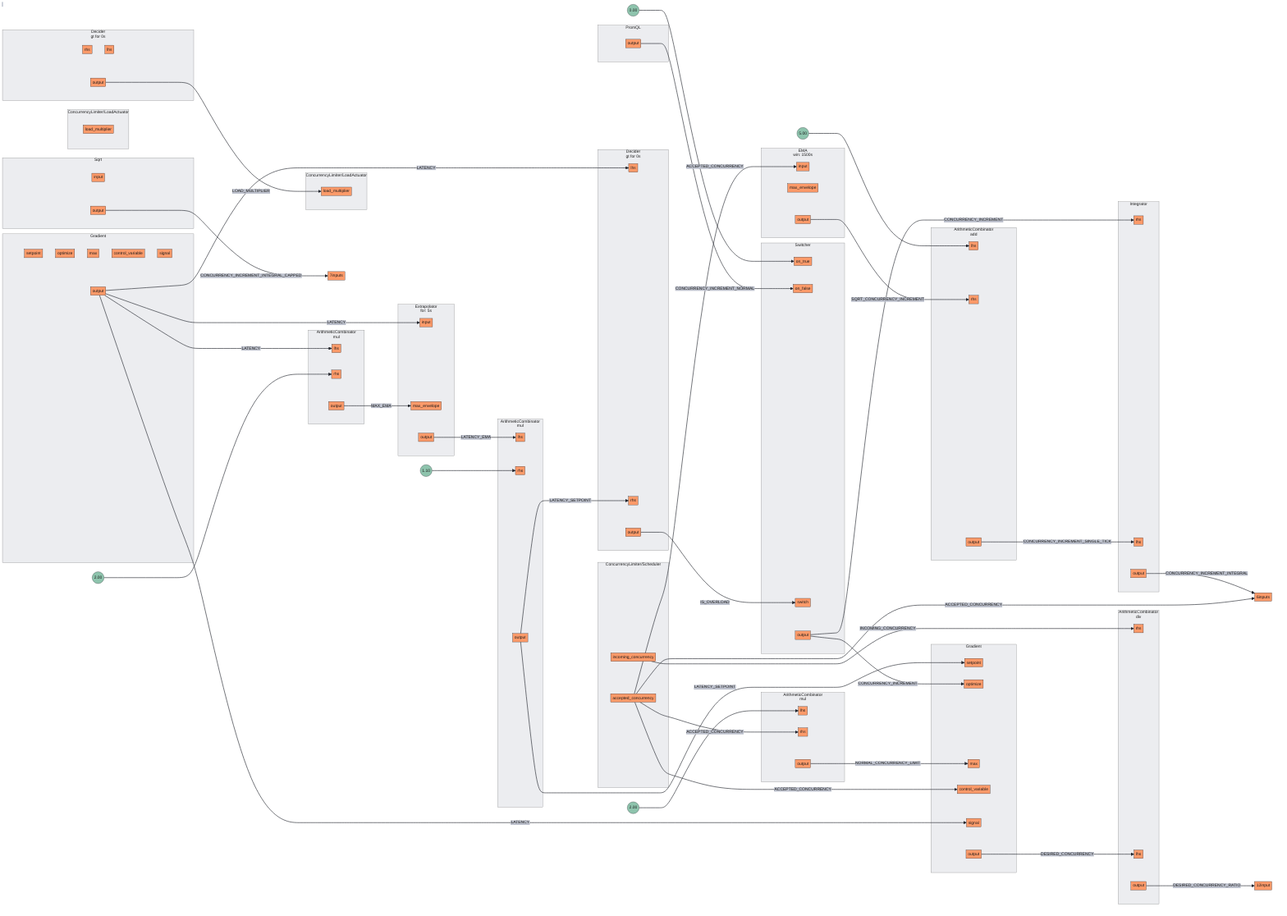
Before: docs/content/tutorials/flow-control/concurrency-limiting/assets/basic-concurrency-limiting/basic-concurrency-limiting.mmd.png, a diagram exported from Mermaid (fluxninja/aperture). Its source is kept beside it as docs/content/tutorials/flow-control/concurrency-limiting/assets/basic-concurrency-limiting/basic-concurrency-limiting.mmd.
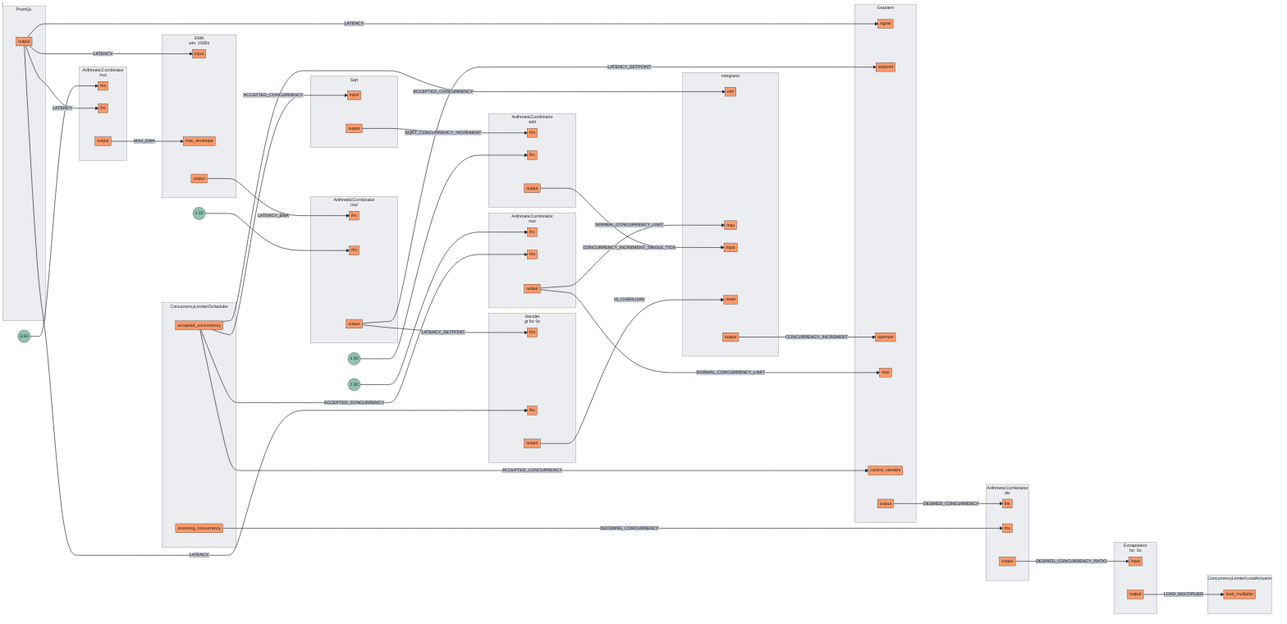
After the change.

The edit, as a diff of the source:
```diff
@@ -2,8 +2,8 @@
 subgraph 0[<center>ArithmeticCombinator<br/>mul</center>]
 subgraph 0_inports[ ]
 style 0_inports fill:none,stroke:none
+0rhs[rhs]
 0lhs[lhs]
-0rhs[rhs]
 end
 subgraph 0_outports[ ]
 style 0_outports fill:none,stroke:none
@@ -28,8 +28,8 @@
 subgraph 2[<center>ArithmeticCombinator<br/>div</center>]
 subgraph 2_inports[ ]
 style 2_inports fill:none,stroke:none
+2lhs[lhs]
 2rhs[rhs]
-2lhs[lhs]
 end
 subgraph 2_outports[ ]
 style 2_outports fill:none,stroke:none
@@ -52,8 +52,8 @@
 subgraph 4[<center>ArithmeticCombinator<br/>add</center>]
 subgraph 4_inports[ ]
 style 4_inports fill:none,stroke:none
+4rhs[rhs]
 4lhs[lhs]
-4rhs[rhs]
 end
 subgraph 4_outports[ ]
 style 4_outports fill:none,stroke:none
@@ -65,8 +65,10 @@
 subgraph 5[Integrator]
 subgraph 5_inports[ ]
 style 5_inports fill:none,stroke:none
-5rhs[rhs]
-5lhs[lhs]
+5min[min]
+5max[max]
+5input[input]
+5reset[reset]
 end
 subgraph 5_outports[ ]
 style 5_outports fill:none,stroke:none
@@ -103,11 +105,11 @@
 subgraph 9[Gradient]
 subgraph 9_inports[ ]
 style 9_inports fill:none,stroke:none
+9signal[signal]
 9setpoint[setpoint]
 9optimize[optimize]
 9max[max]
 9control_variable[control_variable]
-9signal[signal]
 end
 subgraph 9_outports[ ]
 style 9_outports fill:none,stroke:none
@@ -118,25 +120,17 @@
 subgraph 10_inports[ ]
 style 10_inports fill:none,stroke:none
 10input[input]
-10max_envelope[max_envelope]
 end
 subgraph 10_outports[ ]
 style 10_outports fill:none,stroke:none
 10output[output]
 end
 end
-subgraph 11[Gradient]
-subgraph 11_inports[ ]
-style 11_inports fill:none,stroke:none
-11setpoint[setpoint]
-11optimize[optimize]
-11max[max]
-11control_variable[control_variable]
-11signal[signal]
-end
-subgraph 11_outports[ ]
-style 11_outports fill:none,stroke:none
-11output[output]
+subgraph 11.Scheduler[ConcurrencyLimiter/Scheduler]
+subgraph 11.Scheduler_outports[ ]
+style 11.Scheduler_outports fill:none,stroke:none
+11.Scheduleraccepted_concurrency[accepted_concurrency]
+11.Schedulerincoming_concurrency[incoming_concurrency]
 end
 end
 subgraph 11.LoadActuator[ConcurrencyLimiter/LoadActuator]
@@ -156,66 +150,25 @@
 12output[output]
 end
 end
-subgraph 13.Scheduler[ConcurrencyLimiter/Scheduler]
-subgraph 13.Scheduler_outports[ ]
-style 13.Scheduler_outports fill:none,stroke:none
-13.Schedulerincoming_concurrency[incoming_concurrency]
-13.Scheduleraccepted_concurrency[accepted_concurrency]
-end
-end
-subgraph 13.LoadActuator[ConcurrencyLimiter/LoadActuator]
-subgraph 13.LoadActuator_inports[ ]
-style 13.LoadActuator_inports fill:none,stroke:none
-13.LoadActuatorload_multiplier[load_multiplier]
-end
-end
-subgraph 15[Switcher]
-subgraph 15_inports[ ]
-style 15_inports fill:none,stroke:none
-15on_true[on_true]
-15on_false[on_false]
-15switch[switch]
-end
-subgraph 15_outports[ ]
-style 15_outports fill:none,stroke:none
-15output[output]
-end
-end
-FakeConstant5((0.00))
-FakeConstant5 --> 15on_true
-subgraph 14[<center>Decider<br/>gt for 0s</center>]
-subgraph 14_inports[ ]
-style 14_inports fill:none,stroke:none
-14lhs[lhs]
-14rhs[rhs]
-end
-subgraph 14_outports[ ]
-style 14_outports fill:none,stroke:none
-14output[output]
-end
-end
-1output --> |LATENCY_SETPOINT| 11setpoint
-1output --> |LATENCY_SETPOINT| 14rhs
-15output --> |CONCURRENCY_INCREMENT| 5rhs
-15output --> |CONCURRENCY_INCREMENT| 11optimize
-8output --> |SQRT_CONCURRENCY_INCREMENT| 4rhs
-13.Schedulerincoming_concurrency --> |INCOMING_CONCURRENCY| 2rhs
-0output --> |MAX_EMA| 10max_envelope
-6output --> |CONCURRENCY_INCREMENT_INTEGRAL_CAPPED| 7inputs
-4output --> |CONCURRENCY_INCREMENT_SINGLE_TICK| 5lhs
-5output --> |CONCURRENCY_INCREMENT_INTEGRAL| 6inputs
-9output --> |LATENCY| 0lhs
-9output --> |LATENCY| 10input
-9output --> |LATENCY| 11signal
-9output --> |LATENCY| 14lhs
-10output --> |LATENCY_EMA| 1lhs
-11output --> |DESIRED_CONCURRENCY| 2lhs
-14output --> |IS_OVERLOAD| 15switch
-2output --> |DESIRED_CONCURRENCY_RATIO| 12input
-3output --> |NORMAL_CONCURRENCY_LIMIT| 11max
-13.Scheduleraccepted_concurrency --> |ACCEPTED_CONCURRENCY| 3rhs
-13.Scheduleraccepted_concurrency --> |ACCEPTED_CONCURRENCY| 6inputs
-13.Scheduleraccepted_concurrency --> |ACCEPTED_CONCURRENCY| 8input
-13.Scheduleraccepted_concurrency --> |ACCEPTED_CONCURRENCY| 11control_variable
-7output --> |CONCURRENCY_INCREMENT_NORMAL| 15on_false
-12output --> |LOAD_MULTIPLIER| 13.LoadActuatorload_multiplier
+3output --> |NORMAL_CONCURRENCY_LIMIT| 5max
+3output --> |NORMAL_CONCURRENCY_LIMIT| 9max
+10output --> |LOAD_MULTIPLIER| 11.LoadActuatorload_multiplier
+5output --> |CONCURRENCY_INCREMENT| 9optimize
+11.Schedulerincoming_concurrency --> |INCOMING_CONCURRENCY| 2rhs
+8output --> |LATENCY_EMA| 1lhs
+11.Scheduleraccepted_concurrency --> |ACCEPTED_CONCURRENCY| 3rhs
+11.Scheduleraccepted_concurrency --> |ACCEPTED_CONCURRENCY| 5min
+11.Scheduleraccepted_concurrency --> |ACCEPTED_CONCURRENCY| 6input
+11.Scheduleraccepted_concurrency --> |ACCEPTED_CONCURRENCY| 9control_variable
+12output --> |IS_OVERLOAD| 5reset
+0output --> |MAX_EMA| 8max_envelope
+2output --> |DESIRED_CONCURRENCY_RATIO| 10input
+6output --> |SQRT_CONCURRENCY_INCREMENT| 4rhs
+9output --> |DESIRED_CONCURRENCY| 2lhs
+1output --> |LATENCY_SETPOINT| 9setpoint
+1output --> |LATENCY_SETPOINT| 12rhs
+4output --> |CONCURRENCY_INCREMENT_SINGLE_TICK| 5input
+7output --> |LATENCY| 0lhs
+7output --> |LATENCY| 8input
+7output --> |LATENCY| 9signal
+7output --> |LATENCY| 12lhs
```
